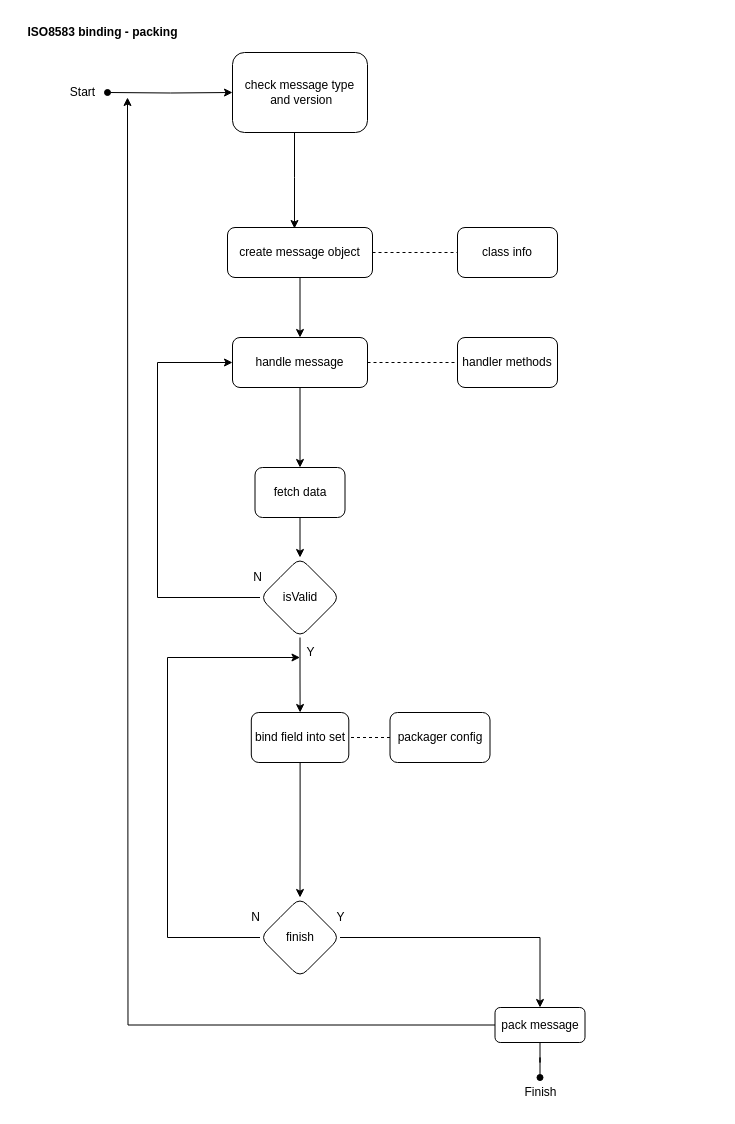
Above: page "Page-3" (2 of 4) of ISO8583 binding-packing.drawio in PramudiaPutra/diagrams (draw.io), before the change. Source tidied: cells renumbered, new cells numbered last; positions are measured from the earlier drawing's top-left corner, leaving out a move shared by most shapes. Both pictures are drawn from the tidied source at 100%, with x=0, y=0 at pixel (17, 17).
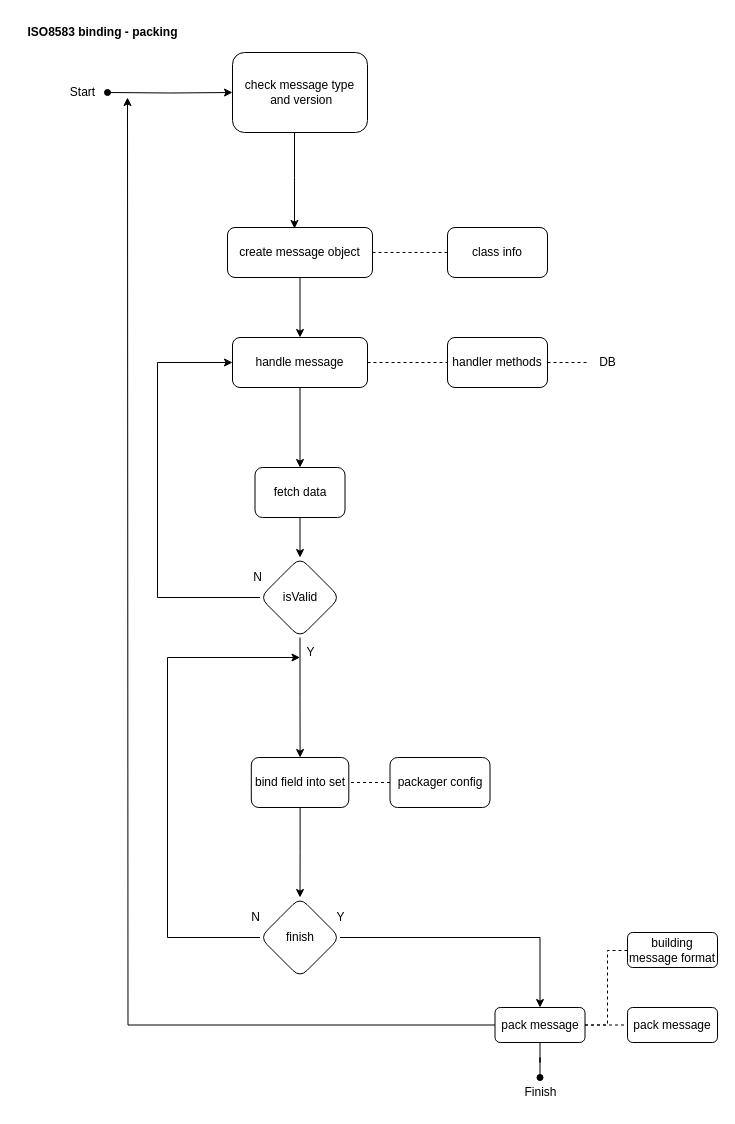
Above is the later version.

Unchanged cells that the change refers to:
```xml
<mxCell id="17" value="pack message" style="whiteSpace=wrap;html=1;rounded=1;" parent="1" vertex="1">
  <mxGeometry x="477.5" y="990" width="90" height="35" as="geometry" />
</mxCell>
```

Change to the diagram source:
```diff
@@
     <mxCell id="9" value="packager config" style="whiteSpace=wrap;html=1;rounded=1;" parent="1" vertex="1">
-      <mxGeometry x="372.5" y="695" width="100" height="50" as="geometry" />
+      <mxGeometry x="372.5" y="740" width="100" height="50" as="geometry" />
     </mxCell>
@@
     <mxCell id="14" value="bind field into set " style="whiteSpace=wrap;html=1;rounded=1;" parent="1" vertex="1">
-      <mxGeometry x="233.8" y="695" width="97.5" height="50" as="geometry" />
+      <mxGeometry x="233.8" y="740" width="97.5" height="50" as="geometry" />
     </mxCell>
@@
+    <mxCell id="35" style="edgeStyle=orthogonalEdgeStyle;rounded=0;jettySize=auto;html=1;dashed=1;endArrow=none;endFill=0;" parent="1" edge="1" source="17" target="39">
+      <mxGeometry relative="1" as="geometry">
+        <Array as="points">
+          <mxPoint x="590" y="1008" />
+          <mxPoint x="590" y="933" />
+        </Array>
+      </mxGeometry>
+    </mxCell>
+    <mxCell id="36" style="edgeStyle=orthogonalEdgeStyle;rounded=0;jettySize=auto;html=1;dashed=1;endArrow=none;endFill=0;" parent="1" edge="1" source="17" target="40">
+      <mxGeometry relative="1" as="geometry" />
+    </mxCell>
@@
+    <mxCell id="37" style="edgeStyle=orthogonalEdgeStyle;rounded=0;jettySize=auto;html=1;dashed=1;endArrow=none;endFill=0;" parent="1" edge="1" source="26" target="38">
+      <mxGeometry relative="1" as="geometry" />
+    </mxCell>
     <mxCell id="26" value="handler methods" style="rounded=1;whiteSpace=wrap;html=1;" parent="1" vertex="1">
-      <mxGeometry x="440" y="320" width="100" height="50" as="geometry" />
+      <mxGeometry x="430" y="320" width="100" height="50" as="geometry" />
     </mxCell>
@@
     <mxCell id="33" value="class info" style="rounded=1;whiteSpace=wrap;html=1;" parent="1" vertex="1">
-      <mxGeometry x="440" y="210" width="100" height="50" as="geometry" />
+      <mxGeometry x="430" y="210" width="100" height="50" as="geometry" />
     </mxCell>
@@
+    <mxCell id="38" value="DB" style="text;html=1;align=center;verticalAlign=middle;points=[];strokeColor=none;fillColor=none;" parent="1" vertex="1">
+      <mxGeometry x="570" y="330" width="40" height="30" as="geometry" />
+    </mxCell>
+    <mxCell id="39" value="building message format" style="whiteSpace=wrap;html=1;rounded=1;" parent="1" vertex="1">
+      <mxGeometry x="610" y="915" width="90" height="35" as="geometry" />
+    </mxCell>
+    <mxCell id="40" value="pack message" style="whiteSpace=wrap;html=1;rounded=1;" parent="1" vertex="1">
+      <mxGeometry x="610" y="990" width="90" height="35" as="geometry" />
+    </mxCell>
```
